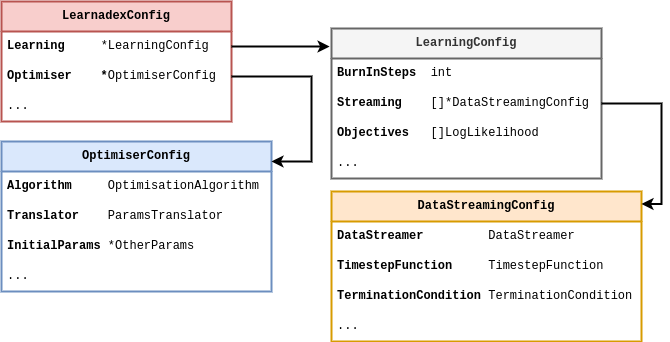
The draw.io diagram images/chapter-4-learnadex-data-types.drawio.png in umbralcalc/worlds-of-observation, before a commit. Source tidied: cells renumbered, new cells last; positions are measured from the earlier drawing's top-left corner, leaving out a move shared by most shapes.
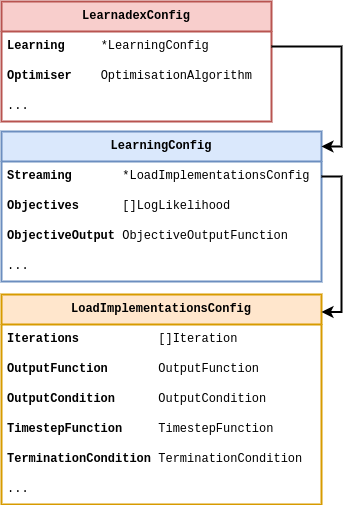
After the commit.

Change to the diagram source:
```diff
@@ -3,75 +3,58 @@
     <mxCell id="0" />
     <mxCell id="1" parent="0" />
     <mxCell id="2" value="&lt;b&gt;LearnadexConfig&lt;/b&gt;" style="swimlane;fontStyle=0;horizontal=1;startSize=30;whiteSpace=wrap;html=1;fontFamily=Courier New;fillColor=#f8cecc;strokeColor=#b85450;strokeWidth=2;" parent="1" vertex="1">
-      <mxGeometry width="230" height="120" as="geometry" />
+      <mxGeometry x="330" y="-103" width="270" height="120" as="geometry" />
     </mxCell>
     <mxCell id="3" value="&lt;b&gt;Learning&amp;nbsp; &amp;nbsp; &amp;nbsp;&lt;/b&gt;*LearningConfig" style="text;strokeColor=none;fillColor=none;align=left;verticalAlign=middle;spacingLeft=4;spacingRight=4;overflow=hidden;points=[[0,0.5],[1,0.5]];portConstraint=eastwest;whiteSpace=wrap;html=1;fontFamily=Courier New;" parent="2" vertex="1">
-      <mxGeometry y="30" width="230" height="30" as="geometry" />
+      <mxGeometry y="30" width="270" height="30" as="geometry" />
     </mxCell>
-    <mxCell id="4" value="&lt;b&gt;Optimiser&amp;nbsp; &amp;nbsp; *&lt;/b&gt;OptimiserConfig" style="text;strokeColor=none;fillColor=none;align=left;verticalAlign=middle;spacingLeft=4;spacingRight=4;overflow=hidden;points=[[0,0.5],[1,0.5]];portConstraint=eastwest;whiteSpace=wrap;html=1;fontFamily=Courier New;" parent="2" vertex="1">
-      <mxGeometry y="60" width="230" height="30" as="geometry" />
+    <mxCell id="4" value="&lt;b&gt;Optimiser&amp;nbsp; &amp;nbsp; &lt;/b&gt;OptimisationAlgorithm" style="text;strokeColor=none;fillColor=none;align=left;verticalAlign=middle;spacingLeft=4;spacingRight=4;overflow=hidden;points=[[0,0.5],[1,0.5]];portConstraint=eastwest;whiteSpace=wrap;html=1;fontFamily=Courier New;" parent="2" vertex="1">
+      <mxGeometry y="60" width="270" height="30" as="geometry" />
     </mxCell>
     <mxCell id="5" value="..." style="text;strokeColor=none;fillColor=none;align=left;verticalAlign=middle;spacingLeft=4;spacingRight=4;overflow=hidden;whiteSpace=wrap;html=1;fontFamily=Courier New;" parent="2" vertex="1">
-      <mxGeometry y="90" width="230" height="30" as="geometry" />
+      <mxGeometry y="90" width="270" height="30" as="geometry" />
     </mxCell>
-    <mxCell id="6" value="&lt;b&gt;LearningConfig&lt;/b&gt;" style="swimlane;fontStyle=0;horizontal=1;startSize=30;whiteSpace=wrap;html=1;fontFamily=Courier New;fillColor=#f5f5f5;strokeColor=#666666;strokeWidth=2;fontColor=#333333;" parent="1" vertex="1">
-      <mxGeometry x="330" y="27" width="270" height="150" as="geometry" />
+    <mxCell id="6" value="&lt;b&gt;LearningConfig&lt;/b&gt;" style="swimlane;fontStyle=0;horizontal=1;startSize=30;whiteSpace=wrap;html=1;fontFamily=Courier New;fillColor=#dae8fc;strokeColor=#6c8ebf;strokeWidth=2;" parent="1" vertex="1">
+      <mxGeometry x="330" y="27" width="320" height="150" as="geometry" />
     </mxCell>
-    <mxCell id="7" value="&lt;b&gt;BurnInSteps&amp;nbsp; &lt;/b&gt;int" style="text;strokeColor=none;fillColor=none;align=left;verticalAlign=middle;spacingLeft=4;spacingRight=4;overflow=hidden;whiteSpace=wrap;html=1;fontFamily=Courier New;" parent="6" vertex="1">
-      <mxGeometry y="30" width="270" height="30" as="geometry" />
-    </mxCell>
-    <mxCell id="8" value="&lt;b&gt;Streaming&amp;nbsp;&lt;/b&gt;&amp;nbsp; &amp;nbsp;[]*DataStreamingConfig" style="text;strokeColor=none;fillColor=none;align=left;verticalAlign=middle;spacingLeft=4;spacingRight=4;overflow=hidden;points=[[0,0.5],[1,0.5]];portConstraint=eastwest;whiteSpace=wrap;html=1;fontFamily=Courier New;" parent="6" vertex="1">
-      <mxGeometry y="60" width="270" height="30" as="geometry" />
+    <mxCell id="8" value="&lt;b&gt;Streaming&amp;nbsp;&lt;/b&gt;&amp;nbsp; &amp;nbsp; &amp;nbsp; *LoadImplementationsConfig" style="text;strokeColor=none;fillColor=none;align=left;verticalAlign=middle;spacingLeft=4;spacingRight=4;overflow=hidden;points=[[0,0.5],[1,0.5]];portConstraint=eastwest;whiteSpace=wrap;html=1;fontFamily=Courier New;" parent="6" vertex="1">
+      <mxGeometry y="30" width="320" height="30" as="geometry" />
     </mxCell>
-    <mxCell id="9" value="&lt;b&gt;Objectives&lt;/b&gt;&amp;nbsp; &amp;nbsp;[]LogLikelihood" style="text;strokeColor=none;fillColor=none;align=left;verticalAlign=middle;spacingLeft=4;spacingRight=4;overflow=hidden;whiteSpace=wrap;html=1;fontFamily=Courier New;" parent="6" vertex="1">
-      <mxGeometry y="90" width="270" height="30" as="geometry" />
+    <mxCell id="9" value="&lt;b&gt;Objectives&lt;/b&gt;&amp;nbsp; &amp;nbsp; &amp;nbsp; []LogLikelihood" style="text;strokeColor=none;fillColor=none;align=left;verticalAlign=middle;spacingLeft=4;spacingRight=4;overflow=hidden;whiteSpace=wrap;html=1;fontFamily=Courier New;" parent="6" vertex="1">
+      <mxGeometry y="60" width="320" height="30" as="geometry" />
     </mxCell>
+    <mxCell id="24" value="&lt;b&gt;ObjectiveOutput&amp;nbsp;&lt;/b&gt;ObjectiveOutputFunction" style="text;strokeColor=none;fillColor=none;align=left;verticalAlign=middle;spacingLeft=4;spacingRight=4;overflow=hidden;whiteSpace=wrap;html=1;fontFamily=Courier New;" parent="6" vertex="1">
+      <mxGeometry y="90" width="320" height="30" as="geometry" />
+    </mxCell>
     <mxCell id="10" value="..." style="text;strokeColor=none;fillColor=none;align=left;verticalAlign=middle;spacingLeft=4;spacingRight=4;overflow=hidden;whiteSpace=wrap;html=1;fontFamily=Courier New;" parent="6" vertex="1">
-      <mxGeometry y="120" width="270" height="30" as="geometry" />
+      <mxGeometry y="120" width="320" height="30" as="geometry" />
     </mxCell>
-    <mxCell id="11" style="edgeStyle=orthogonalEdgeStyle;rounded=0;jettySize=auto;html=1;strokeWidth=2;entryX=-0.007;entryY=0.12;entryDx=0;entryDy=0;entryPerimeter=0;" parent="1" edge="1" source="3" target="6">
+    <mxCell id="11" style="edgeStyle=orthogonalEdgeStyle;rounded=0;jettySize=auto;html=1;strokeWidth=2;entryX=1;entryY=0.1;entryDx=0;entryDy=0;entryPerimeter=0;" parent="1" edge="1" source="3" target="6">
       <mxGeometry relative="1" as="geometry" />
     </mxCell>
-    <mxCell id="12" value="&lt;b&gt;DataStreamingConfig&lt;/b&gt;" style="swimlane;fontStyle=0;horizontal=1;startSize=30;whiteSpace=wrap;html=1;fontFamily=Courier New;strokeWidth=2;fillColor=#ffe6cc;strokeColor=#d79b00;" parent="1" vertex="1">
-      <mxGeometry x="330" y="190" width="310" height="150" as="geometry" />
+    <mxCell id="12" value="&lt;b&gt;LoadImplementationsConfig&lt;/b&gt;" style="swimlane;fontStyle=0;horizontal=1;startSize=30;whiteSpace=wrap;html=1;fontFamily=Courier New;strokeWidth=2;fillColor=#ffe6cc;strokeColor=#d79b00;" parent="1" vertex="1">
+      <mxGeometry x="330" y="190" width="320" height="210" as="geometry" />
     </mxCell>
-    <mxCell id="13" value="&lt;b&gt;DataStreamer&lt;/b&gt;&amp;nbsp; &amp;nbsp; &amp;nbsp; &amp;nbsp; &amp;nbsp;DataStreamer" style="text;strokeColor=none;fillColor=none;align=left;verticalAlign=middle;spacingLeft=4;spacingRight=4;overflow=hidden;whiteSpace=wrap;html=1;fontFamily=Courier New;" parent="12" vertex="1">
-      <mxGeometry y="30" width="310" height="30" as="geometry" />
+    <mxCell id="13" value="&lt;b&gt;Iterations&lt;/b&gt;&amp;nbsp; &amp;nbsp; &amp;nbsp; &amp;nbsp; &amp;nbsp; &amp;nbsp;[]Iteration" style="text;strokeColor=none;fillColor=none;align=left;verticalAlign=middle;spacingLeft=4;spacingRight=4;overflow=hidden;whiteSpace=wrap;html=1;fontFamily=Courier New;" parent="12" vertex="1">
+      <mxGeometry y="30" width="320" height="30" as="geometry" />
     </mxCell>
+    <mxCell id="25" value="&lt;b&gt;OutputFunction&lt;/b&gt;&amp;nbsp; &amp;nbsp; &amp;nbsp; &amp;nbsp;OutputFunction" style="text;strokeColor=none;fillColor=none;align=left;verticalAlign=middle;spacingLeft=4;spacingRight=4;overflow=hidden;whiteSpace=wrap;html=1;fontFamily=Courier New;" parent="12" vertex="1">
+      <mxGeometry y="60" width="320" height="30" as="geometry" />
+    </mxCell>
+    <mxCell id="26" value="&lt;b&gt;OutputCondition&lt;/b&gt;&amp;nbsp; &amp;nbsp; &amp;nbsp; OutputCondition" style="text;strokeColor=none;fillColor=none;align=left;verticalAlign=middle;spacingLeft=4;spacingRight=4;overflow=hidden;whiteSpace=wrap;html=1;fontFamily=Courier New;" parent="12" vertex="1">
+      <mxGeometry y="90" width="320" height="30" as="geometry" />
+    </mxCell>
     <mxCell id="14" value="&lt;b&gt;TimestepFunction&lt;/b&gt;&amp;nbsp; &amp;nbsp; &amp;nbsp;TimestepFunction" style="text;strokeColor=none;fillColor=none;align=left;verticalAlign=middle;spacingLeft=4;spacingRight=4;overflow=hidden;whiteSpace=wrap;html=1;fontFamily=Courier New;" parent="12" vertex="1">
-      <mxGeometry y="60" width="310" height="30" as="geometry" />
+      <mxGeometry y="120" width="320" height="30" as="geometry" />
     </mxCell>
     <mxCell id="15" value="&lt;b&gt;TerminationCondition&lt;/b&gt;&amp;nbsp;TerminationCondition" style="text;strokeColor=none;fillColor=none;align=left;verticalAlign=middle;spacingLeft=4;spacingRight=4;overflow=hidden;whiteSpace=wrap;html=1;fontFamily=Courier New;" parent="12" vertex="1">
-      <mxGeometry y="90" width="310" height="30" as="geometry" />
+      <mxGeometry y="150" width="320" height="30" as="geometry" />
     </mxCell>
     <mxCell id="16" value="..." style="text;strokeColor=none;fillColor=none;align=left;verticalAlign=middle;spacingLeft=4;spacingRight=4;overflow=hidden;whiteSpace=wrap;html=1;fontFamily=Courier New;" parent="12" vertex="1">
-      <mxGeometry y="120" width="310" height="30" as="geometry" />
+      <mxGeometry y="180" width="320" height="30" as="geometry" />
     </mxCell>
     <mxCell id="17" style="edgeStyle=orthogonalEdgeStyle;rounded=0;jettySize=auto;html=1;entryX=1;entryY=0.083;entryDx=0;entryDy=0;entryPerimeter=0;strokeWidth=2;exitX=1;exitY=0.5;exitDx=0;exitDy=0;" parent="1" edge="1" source="8" target="12">
       <mxGeometry relative="1" as="geometry" />
     </mxCell>
-    <mxCell id="18" value="&lt;b&gt;OptimiserConfig&lt;/b&gt;" style="swimlane;fontStyle=0;horizontal=1;startSize=30;whiteSpace=wrap;html=1;fontFamily=Courier New;fillColor=#dae8fc;strokeColor=#6c8ebf;strokeWidth=2;" parent="1" vertex="1">
-      <mxGeometry y="140" width="270" height="150" as="geometry" />
-    </mxCell>
-    <mxCell id="19" value="&lt;b&gt;Algorithm&lt;/b&gt;&amp;nbsp; &amp;nbsp; &amp;nbsp;OptimisationAlgorithm" style="text;strokeColor=none;fillColor=none;align=left;verticalAlign=middle;spacingLeft=4;spacingRight=4;overflow=hidden;whiteSpace=wrap;html=1;fontFamily=Courier New;" parent="18" vertex="1">
-      <mxGeometry y="30" width="270" height="30" as="geometry" />
-    </mxCell>
-    <mxCell id="20" value="&lt;b&gt;Translator&lt;/b&gt;&amp;nbsp; &amp;nbsp; ParamsTranslator" style="text;strokeColor=none;fillColor=none;align=left;verticalAlign=middle;spacingLeft=4;spacingRight=4;overflow=hidden;whiteSpace=wrap;html=1;fontFamily=Courier New;" parent="18" vertex="1">
-      <mxGeometry y="60" width="270" height="30" as="geometry" />
-    </mxCell>
-    <mxCell id="21" value="&lt;b&gt;InitialParams&lt;/b&gt; *OtherParams" style="text;strokeColor=none;fillColor=none;align=left;verticalAlign=middle;spacingLeft=4;spacingRight=4;overflow=hidden;whiteSpace=wrap;html=1;fontFamily=Courier New;" parent="18" vertex="1">
-      <mxGeometry y="90" width="270" height="30" as="geometry" />
-    </mxCell>
-    <mxCell id="22" value="..." style="text;strokeColor=none;fillColor=none;align=left;verticalAlign=middle;spacingLeft=4;spacingRight=4;overflow=hidden;whiteSpace=wrap;html=1;fontFamily=Courier New;" parent="18" vertex="1">
-      <mxGeometry y="120" width="270" height="30" as="geometry" />
-    </mxCell>
-    <mxCell id="23" style="edgeStyle=orthogonalEdgeStyle;rounded=0;jettySize=auto;html=1;exitX=1;exitY=0.5;exitDx=0;exitDy=0;strokeWidth=2;entryX=1;entryY=0.133;entryDx=0;entryDy=0;entryPerimeter=0;" parent="1" edge="1" source="4" target="18">
-      <mxGeometry relative="1" as="geometry">
-        <Array as="points">
-          <mxPoint x="310" y="75" />
-          <mxPoint x="310" y="160" />
-        </Array>
-      </mxGeometry>
-    </mxCell>
   </root>
 </mxGraphModel>
```
